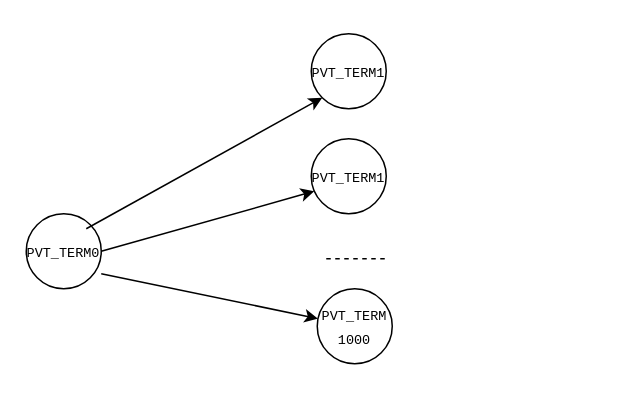
Earlier version of the draw.io diagram assets/performance.drawio (ganisback/draw.io). Source tidied: cells renumbered, new cells numbered last; positions are measured from the earlier drawing's top-left corner, leaving out a move shared by most shapes. Both pictures are drawn from the tidied source at 150%, with x=0, y=0 at pixel (26, 33).
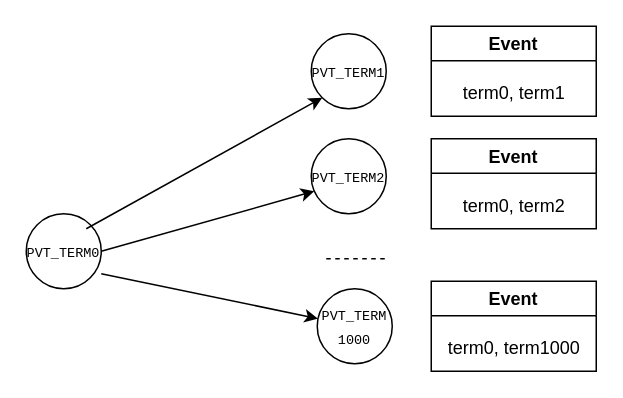
The same page after the edit.

What changed in the source:
```diff
@@
 <mxGraphModel>
   <root>
     <mxCell id="0" />
     <mxCell id="1" parent="0" />
     <mxCell id="2" value="&lt;code&gt;&lt;font style=&quot;font-size: 9px;&quot;&gt;PVT_TERM0&lt;/font&gt;&lt;/code&gt;" style="ellipse;whiteSpace=wrap;html=1;" parent="1" vertex="1">
       <mxGeometry y="120" width="50" height="50" as="geometry" />
     </mxCell>
     <mxCell id="3" value="&lt;code&gt;&lt;font style=&quot;font-size: 9px;&quot;&gt;PVT_TERM1&lt;/font&gt;&lt;/code&gt;" style="ellipse;whiteSpace=wrap;html=1;" parent="1" vertex="1">
       <mxGeometry x="190" width="50" height="50" as="geometry" />
     </mxCell>
-    <mxCell id="4" value="&lt;code&gt;&lt;font style=&quot;font-size: 9px;&quot;&gt;PVT_TERM1&lt;/font&gt;&lt;/code&gt;" style="ellipse;whiteSpace=wrap;html=1;" parent="1" vertex="1">
+    <mxCell id="4" value="&lt;code&gt;&lt;font style=&quot;font-size: 9px;&quot;&gt;PVT_TERM2&lt;/font&gt;&lt;/code&gt;" style="ellipse;whiteSpace=wrap;html=1;" parent="1" vertex="1">
       <mxGeometry x="190" y="70" width="50" height="50" as="geometry" />
     </mxCell>
     <mxCell id="5" value="&lt;code&gt;&lt;font style=&quot;font-size: 9px;&quot;&gt;PVT_TERM&lt;br&gt;1000&lt;/font&gt;&lt;/code&gt;" style="ellipse;whiteSpace=wrap;html=1;" parent="1" vertex="1">
       <mxGeometry x="194" y="170" width="50" height="50" as="geometry" />
     </mxCell>
     <mxCell id="6" style="endArrow=none;dashed=1;html=1;rounded=0;" parent="1" edge="1">
       <mxGeometry relative="1" as="geometry">
         <mxPoint x="200" y="150" as="sourcePoint" />
         <mxPoint x="240" y="150" as="targetPoint" />
       </mxGeometry>
     </mxCell>
     <mxCell id="7" style="endArrow=classic;html=1;rounded=0;entryX=0;entryY=1;entryDx=0;entryDy=0;" parent="1" edge="1" target="3">
       <mxGeometry relative="1" as="geometry">
         <mxPoint x="40" y="130" as="sourcePoint" />
       </mxGeometry>
     </mxCell>
     <mxCell id="8" style="endArrow=classic;html=1;rounded=0;exitX=1;exitY=0.5;exitDx=0;exitDy=0;entryX=0.04;entryY=0.7;entryDx=0;entryDy=0;entryPerimeter=0;" parent="1" edge="1" source="2" target="4">
       <mxGeometry relative="1" as="geometry" />
     </mxCell>
     <mxCell id="9" style="endArrow=classic;html=1;rounded=0;exitX=1;exitY=0.8;exitDx=0;exitDy=0;exitPerimeter=0;" parent="1" edge="1" source="2" target="5">
       <mxGeometry relative="1" as="geometry" />
     </mxCell>
+    <mxCell id="10" value="Event" style="swimlane;startSize=23;" parent="1" vertex="1">
+      <mxGeometry x="270" y="-5" width="110" height="60" as="geometry" />
+    </mxCell>
+    <mxCell id="11" value="term0, term1" style="text;html=1;align=center;verticalAlign=middle;strokeColor=none;fillColor=none;" parent="10" vertex="1">
+      <mxGeometry x="10" y="30" width="90" height="30" as="geometry" />
+    </mxCell>
+    <mxCell id="12" value="Event" style="swimlane;startSize=23;" parent="1" vertex="1">
+      <mxGeometry x="270" y="70" width="110" height="60" as="geometry" />
+    </mxCell>
+    <mxCell id="13" value="term0, term2" style="text;html=1;align=center;verticalAlign=middle;strokeColor=none;fillColor=none;" parent="12" vertex="1">
+      <mxGeometry x="10" y="30" width="90" height="30" as="geometry" />
+    </mxCell>
+    <mxCell id="14" value="Event" style="swimlane;startSize=23;" parent="1" vertex="1">
+      <mxGeometry x="270" y="165" width="110" height="60" as="geometry" />
+    </mxCell>
+    <mxCell id="15" value="term0, term1000" style="text;html=1;align=center;verticalAlign=middle;strokeColor=none;fillColor=none;" parent="14" vertex="1">
+      <mxGeometry y="30" width="110" height="30" as="geometry" />
+    </mxCell>
   </root>
 </mxGraphModel>
```
